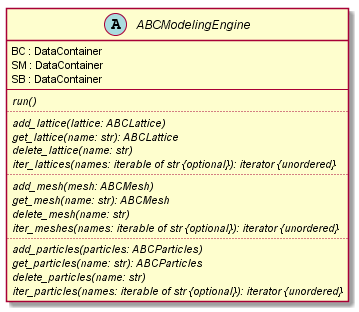
Before: doc/source/images/engine.png, a diagram exported from PlantUML (simphony/simphony-common).
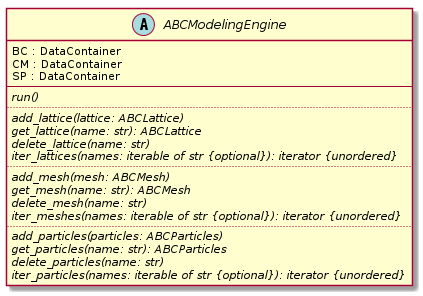
After the change.

Commit message:
fix spelling of model components in engine uml

What changed in the source:
```diff
@@ -1,8 +1,8 @@
 @startuml
 abstract class ABCModelingEngine {
   BC : DataContainer
-  SM : DataContainer
-  SB : DataContainer
+  CM : DataContainer
+  SP : DataContainer
   --
   {abstract} run()
   ..
```
